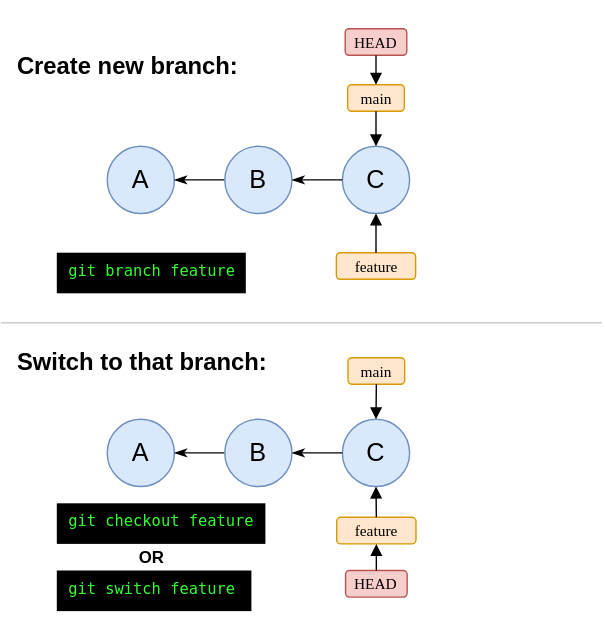
Above: public/diagrams/git-branch-1.svg in datkumar/code-journal (draw.io), before the change. Source tidied: cells renumbered, new cells last; positions are measured from the earlier drawing's top-left corner, leaving out a move shared by most shapes.
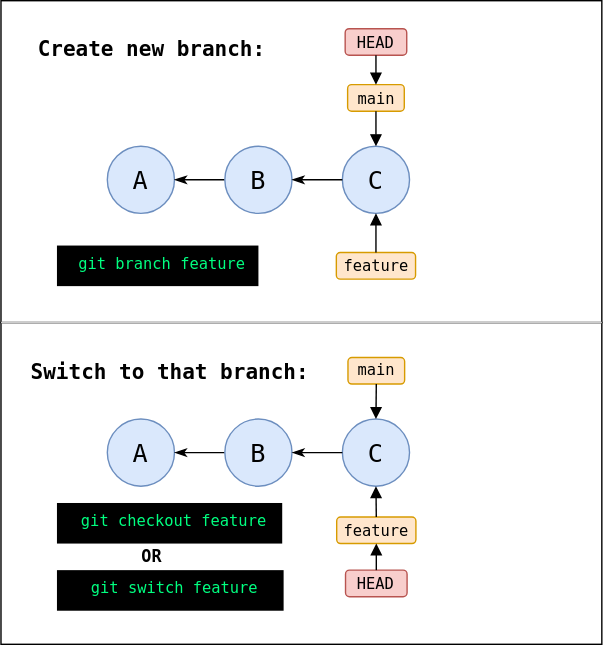
After the change.

What changed in the source:
```diff
@@ -2,97 +2,97 @@
   <root>
     <mxCell id="0" />
     <mxCell id="1" parent="0" />
-    <mxCell id="2" style="rounded=0;whiteSpace=wrap;html=1;fillColor=#FFFFFF;strokeColor=none;" parent="1" vertex="1">
+    <mxCell id="2" style="rounded=0;whiteSpace=wrap;html=1;fillColor=#FFFFFF;strokeColor=light-dark(#000000,#000000);fontFamily=monospace;fontColor=light-dark(#000000,#000000);" parent="1" vertex="1">
       <mxGeometry y="230" width="429.4" height="230" as="geometry" />
     </mxCell>
-    <mxCell id="3" style="rounded=0;whiteSpace=wrap;html=1;fillColor=#FFFFFF;strokeColor=none;" parent="1" vertex="1">
+    <mxCell id="3" style="rounded=0;whiteSpace=wrap;html=1;fillColor=#FFFFFF;strokeColor=light-dark(#000000,#000000);fontFamily=monospace;fontColor=light-dark(#000000,#000000);" parent="1" vertex="1">
       <mxGeometry width="429.4" height="230" as="geometry" />
     </mxCell>
-    <mxCell id="4" value="A" style="ellipse;whiteSpace=wrap;html=1;fillColor=#dae8fc;strokeColor=#6c8ebf;fontSize=18;" parent="1" vertex="1">
+    <mxCell id="4" value="A" style="ellipse;whiteSpace=wrap;html=1;fillColor=#dae8fc;strokeColor=#6c8ebf;fontSize=18;fontFamily=monospace;fontColor=light-dark(#000000,#000000);" parent="1" vertex="1">
       <mxGeometry x="76" y="104" width="48" height="48" as="geometry" />
     </mxCell>
-    <mxCell id="5" style="endArrow=classicThin;html=1;rounded=0;exitX=0;exitY=0.5;exitDx=0;exitDy=0;entryX=1;entryY=0.5;entryDx=0;entryDy=0;endFill=1;" parent="1" edge="1" source="11" target="4">
+    <mxCell id="5" style="endArrow=classicThin;html=1;rounded=0;exitX=0;exitY=0.5;exitDx=0;exitDy=0;entryX=1;entryY=0.5;entryDx=0;entryDy=0;endFill=1;fontFamily=monospace;fontColor=light-dark(#000000,#000000);strokeColor=light-dark(#000000,#000000);curved=1;" parent="1" edge="1" source="11" target="4">
       <mxGeometry relative="1" as="geometry" />
     </mxCell>
-    <mxCell id="6" value="&lt;font&gt;HEAD&lt;/font&gt;" style="rounded=1;whiteSpace=wrap;html=1;fillColor=#f8cecc;strokeColor=#b85450;fontFamily=Fira Code;fontSize=11;align=center;verticalAlign=middle;" parent="1" vertex="1">
+    <mxCell id="6" value="&lt;font&gt;HEAD&lt;/font&gt;" style="rounded=1;whiteSpace=wrap;html=1;fillColor=#f8cecc;strokeColor=#b85450;fontFamily=monospace;fontSize=11;align=center;verticalAlign=middle;fontColor=light-dark(#000000,#000000);" parent="1" vertex="1">
       <mxGeometry x="246" y="20" width="44" height="19" as="geometry" />
     </mxCell>
-    <mxCell id="7" value="&lt;font&gt;main&lt;/font&gt;" style="rounded=1;whiteSpace=wrap;html=1;fillColor=#ffe6cc;strokeColor=#d79b00;fontFamily=Fira Code;fontSize=11;align=center;verticalAlign=middle;" parent="1" vertex="1">
+    <mxCell id="7" value="&lt;font&gt;main&lt;/font&gt;" style="rounded=1;whiteSpace=wrap;html=1;fillColor=#ffe6cc;strokeColor=#d79b00;fontFamily=monospace;fontSize=11;align=center;verticalAlign=middle;fontColor=light-dark(#000000,#000000);" parent="1" vertex="1">
       <mxGeometry x="247.8" y="60" width="40.5" height="19" as="geometry" />
     </mxCell>
-    <mxCell id="8" value="&lt;font&gt;feature&lt;/font&gt;" style="rounded=1;whiteSpace=wrap;html=1;fillColor=#ffe6cc;strokeColor=#d79b00;fontFamily=Fira Code;fontSize=11;align=center;verticalAlign=middle;" parent="1" vertex="1">
+    <mxCell id="8" value="&lt;font&gt;feature&lt;/font&gt;" style="rounded=1;whiteSpace=wrap;html=1;fillColor=#ffe6cc;strokeColor=#d79b00;fontFamily=monospace;fontSize=11;align=center;verticalAlign=middle;fontColor=light-dark(#000000,#000000);" parent="1" vertex="1">
       <mxGeometry x="239.7" y="180" width="56.6" height="19" as="geometry" />
     </mxCell>
-    <mxCell id="9" style="endArrow=block;html=1;rounded=0;endFill=1;entryX=0.5;entryY=0;entryDx=0;entryDy=0;exitX=0.5;exitY=1;exitDx=0;exitDy=0;" parent="1" edge="1" source="6" target="7">
+    <mxCell id="9" style="endArrow=block;html=1;rounded=0;endFill=1;entryX=0.5;entryY=0;entryDx=0;entryDy=0;exitX=0.5;exitY=1;exitDx=0;exitDy=0;fontFamily=monospace;fontColor=light-dark(#000000,#000000);strokeColor=light-dark(#000000,#000000);curved=1;" parent="1" edge="1" source="6" target="7">
       <mxGeometry relative="1" as="geometry" />
     </mxCell>
-    <mxCell id="10" value="&amp;nbsp;git branch feature" style="rounded=0;whiteSpace=wrap;html=1;align=left;fontFamily=monospace;fontSize=11;fillColor=#000000;strokeColor=none;fontColor=#33FF33;verticalAlign=top;" parent="1" vertex="1">
-      <mxGeometry x="40" y="180" width="135" height="29" as="geometry" />
+    <mxCell id="10" value="&amp;nbsp;git branch feature" style="rounded=0;whiteSpace=wrap;html=1;align=center;fontFamily=monospace;fontSize=11;fillColor=#000000;strokeColor=none;fontColor=light-dark(#00FF80,#00FF80);verticalAlign=top;" parent="1" vertex="1">
+      <mxGeometry x="40" y="175" width="144" height="29" as="geometry" />
     </mxCell>
-    <mxCell id="11" value="B" style="ellipse;whiteSpace=wrap;html=1;fillColor=#dae8fc;strokeColor=#6c8ebf;fontSize=18;" parent="1" vertex="1">
+    <mxCell id="11" value="B" style="ellipse;whiteSpace=wrap;html=1;fillColor=#dae8fc;strokeColor=#6c8ebf;fontSize=18;fontFamily=monospace;fontColor=light-dark(#000000,#000000);" parent="1" vertex="1">
       <mxGeometry x="160" y="104" width="48" height="48" as="geometry" />
     </mxCell>
-    <mxCell id="12" value="C" style="ellipse;whiteSpace=wrap;html=1;fillColor=#dae8fc;strokeColor=#6c8ebf;fontSize=18;" parent="1" vertex="1">
+    <mxCell id="12" value="C" style="ellipse;whiteSpace=wrap;html=1;fillColor=#dae8fc;strokeColor=#6c8ebf;fontSize=18;fontFamily=monospace;fontColor=light-dark(#000000,#000000);" parent="1" vertex="1">
       <mxGeometry x="244" y="104" width="48" height="48" as="geometry" />
     </mxCell>
-    <mxCell id="13" style="endArrow=classicThin;html=1;rounded=0;exitX=0;exitY=0.5;exitDx=0;exitDy=0;entryX=1;entryY=0.5;entryDx=0;entryDy=0;endFill=1;" parent="1" edge="1" source="12" target="11">
+    <mxCell id="13" style="endArrow=classicThin;html=1;rounded=0;exitX=0;exitY=0.5;exitDx=0;exitDy=0;entryX=1;entryY=0.5;entryDx=0;entryDy=0;endFill=1;fontFamily=monospace;fontColor=light-dark(#000000,#000000);strokeColor=light-dark(#000000,#000000);curved=1;" parent="1" edge="1" source="12" target="11">
       <mxGeometry relative="1" as="geometry" />
     </mxCell>
-    <mxCell id="14" style="endArrow=block;html=1;rounded=0;exitX=0.5;exitY=1;exitDx=0;exitDy=0;endFill=1;entryX=0.5;entryY=0;entryDx=0;entryDy=0;" parent="1" edge="1" source="7" target="12">
+    <mxCell id="14" style="endArrow=block;html=1;rounded=0;exitX=0.5;exitY=1;exitDx=0;exitDy=0;endFill=1;entryX=0.5;entryY=0;entryDx=0;entryDy=0;fontFamily=monospace;fontColor=light-dark(#000000,#000000);strokeColor=light-dark(#000000,#000000);curved=1;" parent="1" edge="1" source="7" target="12">
       <mxGeometry relative="1" as="geometry" />
     </mxCell>
-    <mxCell id="15" style="endArrow=block;html=1;rounded=0;exitX=0.5;exitY=0;exitDx=0;exitDy=0;endFill=1;entryX=0.5;entryY=1;entryDx=0;entryDy=0;" parent="1" edge="1" source="8" target="12">
+    <mxCell id="15" style="endArrow=block;html=1;rounded=0;exitX=0.5;exitY=0;exitDx=0;exitDy=0;endFill=1;entryX=0.5;entryY=1;entryDx=0;entryDy=0;fontFamily=monospace;fontColor=light-dark(#000000,#000000);strokeColor=light-dark(#000000,#000000);curved=1;" parent="1" edge="1" source="8" target="12">
       <mxGeometry relative="1" as="geometry" />
     </mxCell>
-    <mxCell id="16" value="A" style="ellipse;whiteSpace=wrap;html=1;fillColor=#dae8fc;strokeColor=#6c8ebf;fontSize=18;" parent="1" vertex="1">
+    <mxCell id="16" value="A" style="ellipse;whiteSpace=wrap;html=1;fillColor=#dae8fc;strokeColor=#6c8ebf;fontSize=18;fontFamily=monospace;fontColor=light-dark(#000000,#000000);" parent="1" vertex="1">
       <mxGeometry x="76" y="299" width="48" height="48" as="geometry" />
     </mxCell>
-    <mxCell id="17" style="endArrow=classicThin;html=1;rounded=0;exitX=0;exitY=0.5;exitDx=0;exitDy=0;entryX=1;entryY=0.5;entryDx=0;entryDy=0;endFill=1;" parent="1" edge="1" source="23" target="16">
+    <mxCell id="17" style="endArrow=classicThin;html=1;rounded=0;exitX=0;exitY=0.5;exitDx=0;exitDy=0;entryX=1;entryY=0.5;entryDx=0;entryDy=0;endFill=1;fontFamily=monospace;fontColor=light-dark(#000000,#000000);strokeColor=light-dark(#000000,#000000);" parent="1" edge="1" source="23" target="16">
       <mxGeometry relative="1" as="geometry" />
     </mxCell>
-    <mxCell id="18" value="&lt;font&gt;HEAD&lt;/font&gt;" style="rounded=1;whiteSpace=wrap;html=1;fillColor=#f8cecc;strokeColor=#b85450;fontFamily=Fira Code;fontSize=11;align=center;verticalAlign=middle;" parent="1" vertex="1">
+    <mxCell id="18" value="&lt;font&gt;HEAD&lt;/font&gt;" style="rounded=1;whiteSpace=wrap;html=1;fillColor=#f8cecc;strokeColor=#b85450;fontFamily=monospace;fontSize=11;align=center;verticalAlign=middle;fontColor=light-dark(#000000,#000000);" parent="1" vertex="1">
       <mxGeometry x="246.2" y="407" width="44" height="19" as="geometry" />
     </mxCell>
-    <mxCell id="19" value="&lt;font&gt;main&lt;/font&gt;" style="rounded=1;whiteSpace=wrap;html=1;fillColor=#ffe6cc;strokeColor=#d79b00;fontFamily=Fira Code;fontSize=11;align=center;verticalAlign=middle;" parent="1" vertex="1">
+    <mxCell id="19" value="&lt;font&gt;main&lt;/font&gt;" style="rounded=1;whiteSpace=wrap;html=1;fillColor=#ffe6cc;strokeColor=#d79b00;fontFamily=monospace;fontSize=11;align=center;verticalAlign=middle;fontColor=light-dark(#000000,#000000);" parent="1" vertex="1">
       <mxGeometry x="248" y="255" width="40.5" height="19" as="geometry" />
     </mxCell>
-    <mxCell id="20" value="&lt;font&gt;feature&lt;/font&gt;" style="rounded=1;whiteSpace=wrap;html=1;fillColor=#ffe6cc;strokeColor=#d79b00;fontFamily=Fira Code;fontSize=11;align=center;verticalAlign=middle;" parent="1" vertex="1">
+    <mxCell id="20" value="&lt;font&gt;feature&lt;/font&gt;" style="rounded=1;whiteSpace=wrap;html=1;fillColor=#ffe6cc;strokeColor=#d79b00;fontFamily=monospace;fontSize=11;align=center;verticalAlign=middle;fontColor=light-dark(#000000,#000000);" parent="1" vertex="1">
       <mxGeometry x="239.9" y="369" width="56.6" height="19" as="geometry" />
     </mxCell>
-    <mxCell id="21" style="endArrow=block;html=1;rounded=0;exitX=0.5;exitY=0;exitDx=0;exitDy=0;endFill=1;entryX=0.5;entryY=1;entryDx=0;entryDy=0;" parent="1" edge="1" source="18" target="20">
+    <mxCell id="21" style="endArrow=block;html=1;rounded=0;exitX=0.5;exitY=0;exitDx=0;exitDy=0;endFill=1;entryX=0.5;entryY=1;entryDx=0;entryDy=0;fontFamily=monospace;fontColor=light-dark(#000000,#000000);strokeColor=light-dark(#000000,#000000);" parent="1" edge="1" source="18" target="20">
       <mxGeometry relative="1" as="geometry" />
     </mxCell>
-    <mxCell id="22" value="&amp;nbsp;git checkout feature" style="rounded=0;whiteSpace=wrap;html=1;align=left;fontFamily=monospace;fontSize=11;fillColor=#000000;strokeColor=none;fontColor=#33FF33;verticalAlign=top;" parent="1" vertex="1">
-      <mxGeometry x="40" y="359" width="149" height="29" as="geometry" />
+    <mxCell id="22" value="&amp;nbsp;git checkout feature" style="rounded=0;whiteSpace=wrap;html=1;align=center;fontFamily=monospace;fontSize=11;fillColor=#000000;strokeColor=none;fontColor=light-dark(#00FF80,#00FF80);verticalAlign=top;" parent="1" vertex="1">
+      <mxGeometry x="40" y="359" width="161" height="29" as="geometry" />
     </mxCell>
-    <mxCell id="23" value="B" style="ellipse;whiteSpace=wrap;html=1;fillColor=#dae8fc;strokeColor=#6c8ebf;fontSize=18;" parent="1" vertex="1">
+    <mxCell id="23" value="B" style="ellipse;whiteSpace=wrap;html=1;fillColor=#dae8fc;strokeColor=#6c8ebf;fontSize=18;fontFamily=monospace;fontColor=light-dark(#000000,#000000);" parent="1" vertex="1">
       <mxGeometry x="160" y="299" width="48" height="48" as="geometry" />
     </mxCell>
-    <mxCell id="24" value="C" style="ellipse;whiteSpace=wrap;html=1;fillColor=#dae8fc;strokeColor=#6c8ebf;fontSize=18;" parent="1" vertex="1">
+    <mxCell id="24" value="C" style="ellipse;whiteSpace=wrap;html=1;fillColor=#dae8fc;strokeColor=#6c8ebf;fontSize=18;fontFamily=monospace;fontColor=light-dark(#000000,#000000);" parent="1" vertex="1">
       <mxGeometry x="244" y="299" width="48" height="48" as="geometry" />
     </mxCell>
-    <mxCell id="25" style="endArrow=classicThin;html=1;rounded=0;exitX=0;exitY=0.5;exitDx=0;exitDy=0;entryX=1;entryY=0.5;entryDx=0;entryDy=0;endFill=1;" parent="1" edge="1" source="24" target="23">
+    <mxCell id="25" style="endArrow=classicThin;html=1;rounded=0;exitX=0;exitY=0.5;exitDx=0;exitDy=0;entryX=1;entryY=0.5;entryDx=0;entryDy=0;endFill=1;fontFamily=monospace;fontColor=light-dark(#000000,#000000);strokeColor=light-dark(#000000,#000000);" parent="1" edge="1" source="24" target="23">
       <mxGeometry relative="1" as="geometry" />
     </mxCell>
-    <mxCell id="26" style="endArrow=block;html=1;rounded=0;exitX=0.5;exitY=1;exitDx=0;exitDy=0;endFill=1;entryX=0.5;entryY=0;entryDx=0;entryDy=0;" parent="1" edge="1" source="19" target="24">
+    <mxCell id="26" style="endArrow=block;html=1;rounded=0;exitX=0.5;exitY=1;exitDx=0;exitDy=0;endFill=1;entryX=0.5;entryY=0;entryDx=0;entryDy=0;fontFamily=monospace;fontColor=light-dark(#000000,#000000);strokeColor=light-dark(#000000,#000000);" parent="1" edge="1" source="19" target="24">
       <mxGeometry relative="1" as="geometry" />
     </mxCell>
-    <mxCell id="27" style="endArrow=block;html=1;rounded=0;exitX=0.5;exitY=0;exitDx=0;exitDy=0;endFill=1;entryX=0.5;entryY=1;entryDx=0;entryDy=0;" parent="1" edge="1" source="20" target="24">
+    <mxCell id="27" style="endArrow=block;html=1;rounded=0;exitX=0.5;exitY=0;exitDx=0;exitDy=0;endFill=1;entryX=0.5;entryY=1;entryDx=0;entryDy=0;fontFamily=monospace;fontColor=light-dark(#000000,#000000);strokeColor=light-dark(#000000,#000000);" parent="1" edge="1" source="20" target="24">
       <mxGeometry relative="1" as="geometry" />
     </mxCell>
-    <mxCell id="28" value="Create new branch:" style="text;html=1;align=left;verticalAlign=middle;whiteSpace=wrap;rounded=0;fontStyle=1;fontSize=17;" parent="1" vertex="1">
-      <mxGeometry x="9.5" y="19" width="183.5" height="57" as="geometry" />
+    <mxCell id="28" value="Create new branch:" style="text;html=1;align=center;verticalAlign=middle;whiteSpace=wrap;rounded=0;fontStyle=1;fontSize=15;fontFamily=monospace;fontColor=light-dark(#000000,#000000);" parent="1" vertex="1">
+      <mxGeometry x="15.8" y="5" width="183.5" height="57" as="geometry" />
     </mxCell>
-    <mxCell id="29" value="Switch to that branch:" style="text;html=1;align=left;verticalAlign=middle;whiteSpace=wrap;rounded=0;fontStyle=1;fontSize=17;" parent="1" vertex="1">
-      <mxGeometry x="9.5" y="230" width="197.5" height="57" as="geometry" />
+    <mxCell id="29" value="Switch to that branch:" style="text;html=1;align=center;verticalAlign=middle;whiteSpace=wrap;rounded=0;fontStyle=1;fontSize=15;fontFamily=monospace;fontColor=light-dark(#000000,#000000);" parent="1" vertex="1">
+      <mxGeometry x="14.2" y="236" width="213.5" height="57" as="geometry" />
     </mxCell>
-    <mxCell id="30" value="&amp;nbsp;git switch feature" style="rounded=0;whiteSpace=wrap;html=1;align=left;fontFamily=monospace;fontSize=11;fillColor=#000000;strokeColor=none;fontColor=#33FF33;verticalAlign=top;" parent="1" vertex="1">
-      <mxGeometry x="40" y="407" width="139" height="29" as="geometry" />
+    <mxCell id="30" value="&amp;nbsp;git switch feature" style="rounded=0;whiteSpace=wrap;html=1;align=center;fontFamily=monospace;fontSize=11;fillColor=#000000;strokeColor=none;fontColor=light-dark(#00FF80,#00FF80);verticalAlign=top;" parent="1" vertex="1">
+      <mxGeometry x="40" y="407" width="162" height="29" as="geometry" />
     </mxCell>
-    <mxCell id="31" value="OR" style="text;html=1;align=center;verticalAlign=middle;whiteSpace=wrap;rounded=0;fontStyle=1;" parent="1" vertex="1">
+    <mxCell id="31" value="OR" style="text;html=1;align=center;verticalAlign=middle;whiteSpace=wrap;rounded=0;fontStyle=1;fontFamily=monospace;fontColor=light-dark(#000000,#000000);" parent="1" vertex="1">
       <mxGeometry x="91.5" y="388" width="32" height="19" as="geometry" />
     </mxCell>
-    <mxCell id="32" style="endArrow=none;html=1;rounded=0;exitX=0;exitY=0;exitDx=0;exitDy=0;entryX=1;entryY=0;entryDx=0;entryDy=0;strokeColor=#CCCCCC;" parent="1" edge="1" source="2" target="2">
+    <mxCell id="32" style="endArrow=none;html=1;rounded=0;exitX=0;exitY=0;exitDx=0;exitDy=0;entryX=1;entryY=0;entryDx=0;entryDy=0;strokeColor=#CCCCCC;fontFamily=monospace;fontColor=light-dark(#000000,#000000);" parent="1" edge="1" source="2" target="2">
       <mxGeometry relative="1" as="geometry" />
     </mxCell>
   </root>
```
